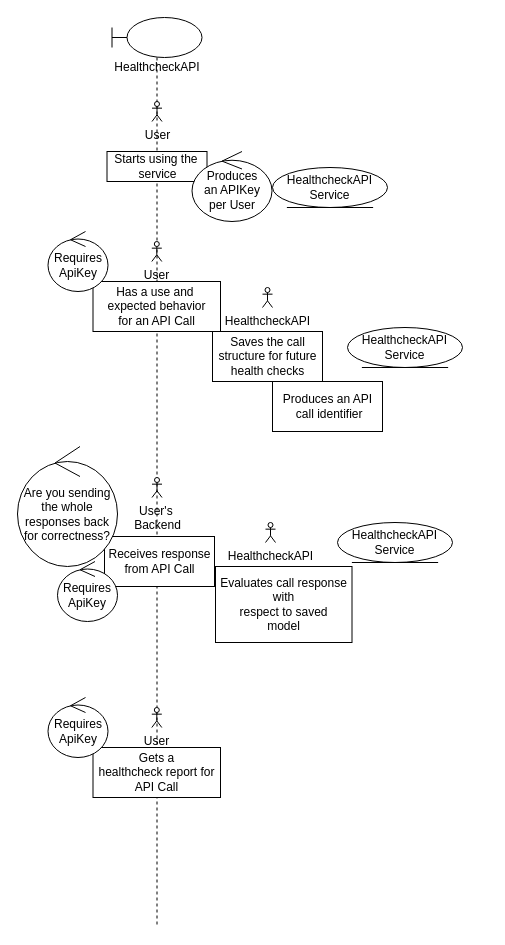
Before: bigpicture-healthcheckAPI.drawio in tlacuilose/HealthcheckAPI, a draw.io diagram. Source tidied: cells renumbered, new cells numbered last; positions are measured from the earlier drawing's top-left corner, leaving out a move shared by most shapes. Both pictures are drawn from the tidied source at 100%, with x=0, y=0 at pixel (17, 17).
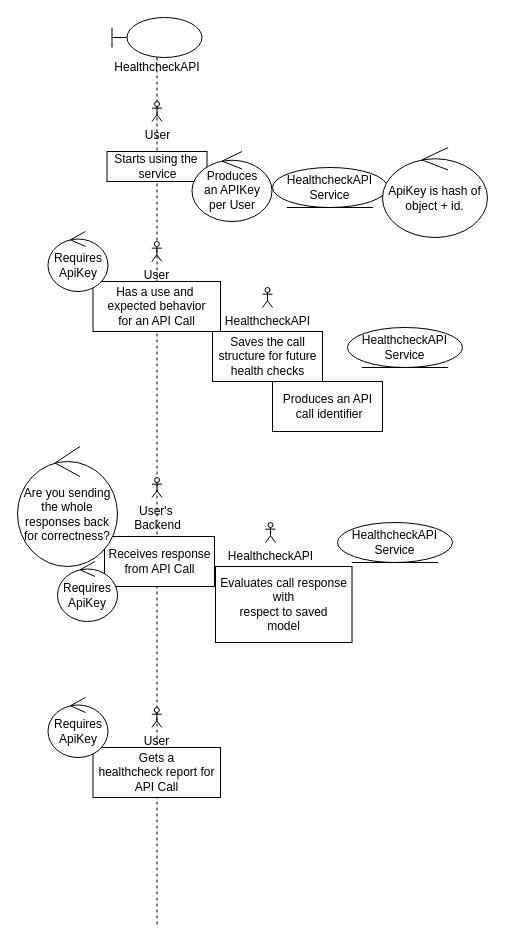
Above is the later version.

Diff of the diagram source:
```diff
@@
+    <mxCell id="24" value="ApiKey is hash of object + id." style="ellipse;shape=umlControl;whiteSpace=wrap;html=1;" parent="1" vertex="1">
+      <mxGeometry x="365" y="130" width="105" height="90" as="geometry" />
+    </mxCell>
```
